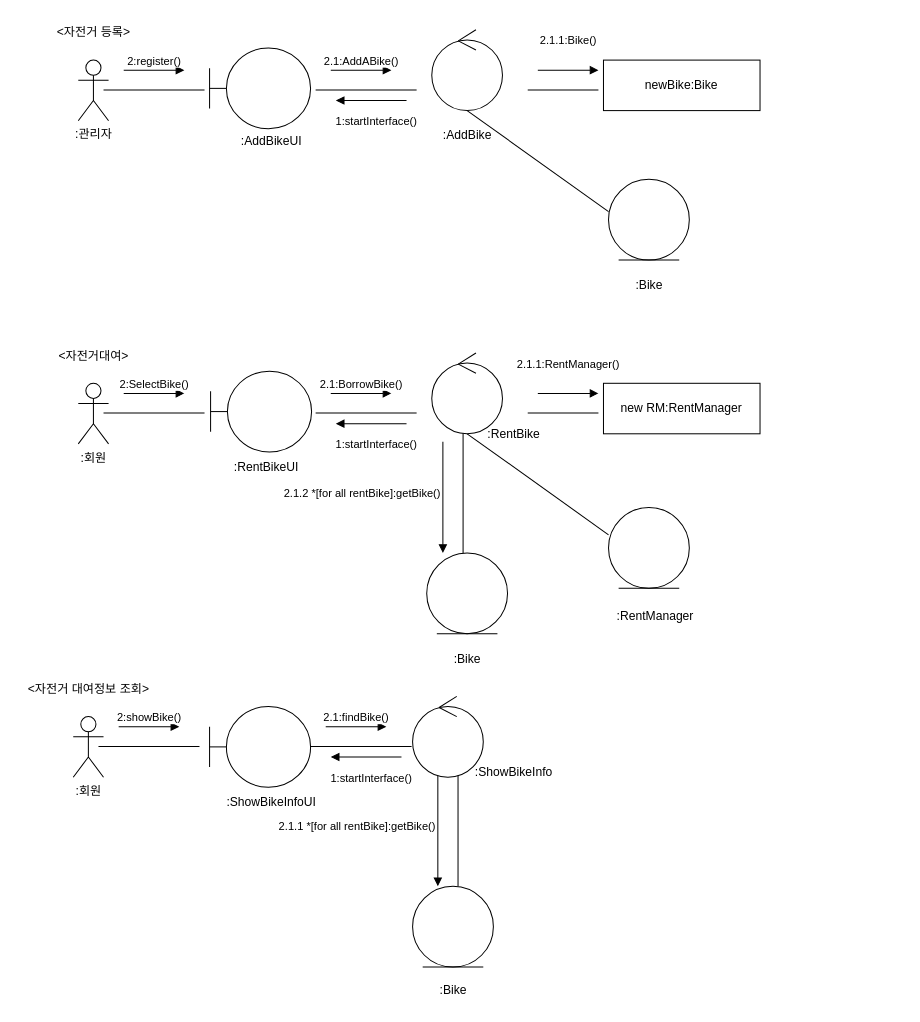
The draw.io diagram page "페이지-2" (2 of 2) of 소공2차과제 커뮤니케이션 다이어그램.drawio.xml in nowOne2/se2ndAssignment, before the edit. Source tidied: cells renumbered, new cells numbered last; positions are measured from the earlier drawing's top-left corner, leaving out a move shared by most shapes. Both pictures are drawn from the tidied source at 101%, with x=0, y=0 at pixel (17, 17).
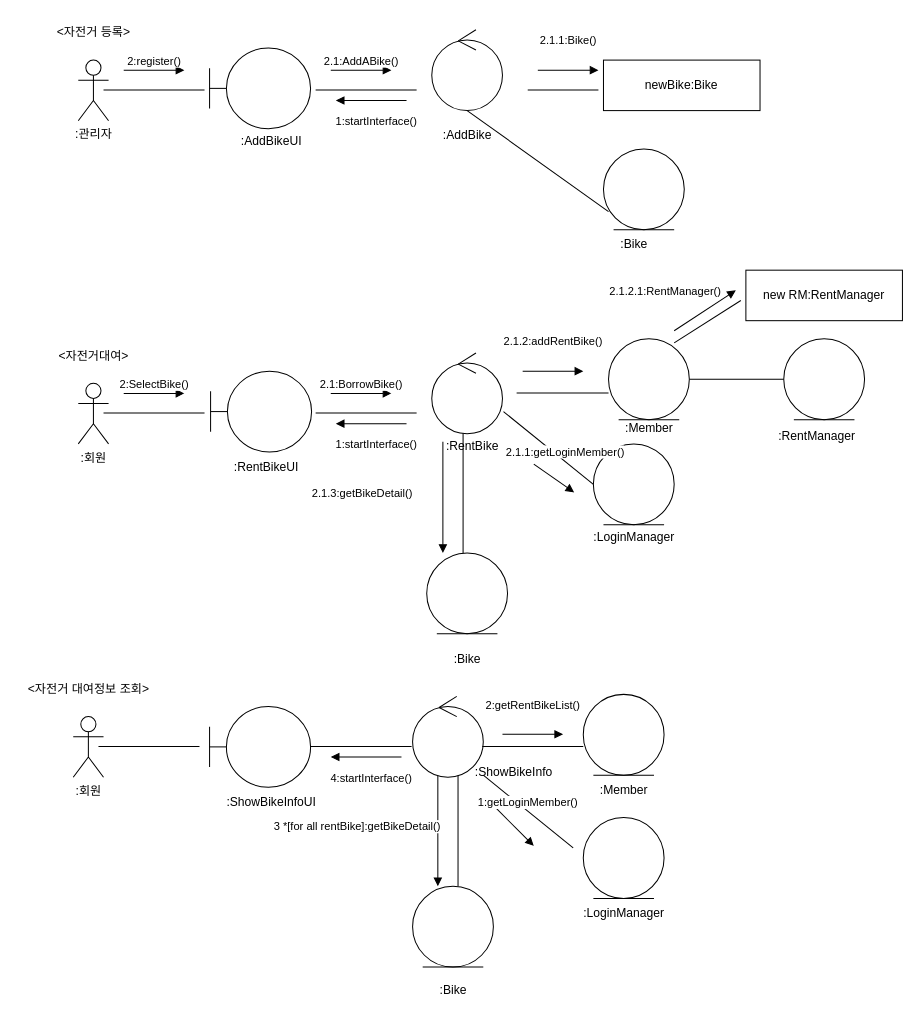
Above is the later version.

Change to the diagram source:
```diff
@@
     <mxCell id="15" value="new RM:RentManager" style="html=1;whiteSpace=wrap;" parent="1" vertex="1">
-      <mxGeometry x="580" y="362" width="155" height="50" as="geometry" />
+      <mxGeometry x="721" y="250" width="155" height="50" as="geometry" />
     </mxCell>
@@
-    <mxCell id="18" style="endArrow=none;html=1;rounded=0;" parent="1" edge="1">
-      <mxGeometry relative="1" as="geometry">
-        <mxPoint x="445" y="412" as="sourcePoint" />
-        <mxPoint x="585" y="512" as="targetPoint" />
-      </mxGeometry>
-    </mxCell>
-    <mxCell id="19" style="endArrow=none;html=1;rounded=0;" parent="1" edge="1">
-      <mxGeometry relative="1" as="geometry">
-        <mxPoint x="505" y="391.5" as="sourcePoint" />
-        <mxPoint x="575" y="391.5" as="targetPoint" />
-        <Array as="points">
-          <mxPoint x="565" y="391.5" />
-          <mxPoint x="575" y="391.5" />
-        </Array>
-      </mxGeometry>
-    </mxCell>
@@
-    <mxCell id="23" value="2.1.1:RentManager()" style="html=1;verticalAlign=bottom;endArrow=block;curved=0;rounded=0;" parent="1" edge="1">
-      <mxGeometry y="20" relative="1" as="geometry">
-        <mxPoint x="515" y="372" as="sourcePoint" />
-        <mxPoint x="575" y="372" as="targetPoint" />
-      </mxGeometry>
-    </mxCell>
@@
-    <mxCell id="25" value="2.1.2 *[for all rentBike]:getBike()" style="html=1;verticalAlign=bottom;endArrow=block;curved=0;rounded=0;" parent="1" edge="1">
+    <mxCell id="25" value="2.1.3:getBikeDetail()" style="html=1;verticalAlign=bottom;endArrow=block;curved=0;rounded=0;" parent="1" edge="1">
       <mxGeometry x="0.09" y="-80" relative="1" as="geometry">
         <mxPoint x="421" y="420" as="sourcePoint" />
         <mxPoint x="421" y="530" as="targetPoint" />
       </mxGeometry>
     </mxCell>
@@
-    <mxCell id="30" value="1:startInterface()" style="html=1;verticalAlign=bottom;endArrow=block;curved=0;rounded=0;" parent="1" edge="1">
+    <mxCell id="30" value="4:startInterface()" style="html=1;verticalAlign=bottom;endArrow=block;curved=0;rounded=0;" parent="1" edge="1">
       <mxGeometry x="-0.14" y="30" relative="1" as="geometry">
         <mxPoint x="380" y="732" as="sourcePoint" />
         <mxPoint x="310" y="732" as="targetPoint" />
         <Array as="points">
           <mxPoint x="340" y="732" />
         </Array>
       </mxGeometry>
     </mxCell>
-    <mxCell id="31" value="2:showBike()" style="html=1;verticalAlign=bottom;endArrow=block;curved=0;rounded=0;" parent="1" edge="1">
-      <mxGeometry relative="1" as="geometry">
-        <mxPoint x="100" y="702" as="sourcePoint" />
-        <mxPoint x="160" y="702" as="targetPoint" />
-      </mxGeometry>
-    </mxCell>
-    <mxCell id="32" value="2.1:findBike()" style="html=1;verticalAlign=bottom;endArrow=block;curved=0;rounded=0;" parent="1" edge="1">
-      <mxGeometry relative="1" as="geometry">
-        <mxPoint x="305" y="702" as="sourcePoint" />
-        <mxPoint x="365" y="702" as="targetPoint" />
-      </mxGeometry>
-    </mxCell>
@@
-    <mxCell id="34" value="2.1.1 *[for all rentBike]:getBike()" style="html=1;verticalAlign=bottom;endArrow=block;curved=0;rounded=0;" parent="1" edge="1">
+    <mxCell id="34" value="3 *[for all rentBike]:getBikeDetail()" style="html=1;verticalAlign=bottom;endArrow=block;curved=0;rounded=0;" parent="1" edge="1">
       <mxGeometry x="0.09" y="-80" relative="1" as="geometry">
         <mxPoint x="416" y="750" as="sourcePoint" />
         <mxPoint x="416" y="860" as="targetPoint" />
       </mxGeometry>
     </mxCell>
@@
     <mxCell id="37" style="ellipse;shape=umlEntity;whiteSpace=wrap;html=1;" parent="1" vertex="1">
-      <mxGeometry x="585" y="160" width="80" height="80" as="geometry" />
+      <mxGeometry x="580" y="130" width="80" height="80" as="geometry" />
     </mxCell>
@@
-    <mxCell id="40" value=":Bike" style="text;html=1;align=center;verticalAlign=middle;strokeColor=none;fillColor=none;" parent="1" vertex="1">
-      <mxGeometry x="600" y="250" width="50" height="30" as="geometry" />
-    </mxCell>
@@
     <mxCell id="44" style="ellipse;shape=umlEntity;whiteSpace=wrap;html=1;" parent="1" vertex="1">
-      <mxGeometry x="585" y="485" width="80" height="80" as="geometry" />
+      <mxGeometry x="758.5" y="318" width="80" height="80" as="geometry" />
     </mxCell>
@@
     <mxCell id="46" value=":RentBike" style="text;html=1;align=center;verticalAlign=middle;strokeColor=none;fillColor=none;" parent="1" vertex="1">
-      <mxGeometry x="451" y="398" width="80" height="30" as="geometry" />
+      <mxGeometry x="410" y="410" width="80" height="30" as="geometry" />
     </mxCell>
@@
     <mxCell id="48" value=":RentManager" style="text;html=1;align=center;verticalAlign=middle;strokeColor=none;fillColor=none;" parent="1" vertex="1">
-      <mxGeometry x="581" y="578" width="100" height="30" as="geometry" />
+      <mxGeometry x="741" y="400" width="100" height="30" as="geometry" />
     </mxCell>
@@
+    <mxCell id="55" style="edgeStyle=orthogonalEdgeStyle;rounded=0;jettySize=auto;html=1;endArrow=none;startFill=0;" parent="1" edge="1" source="56" target="44">
+      <mxGeometry relative="1" as="geometry" />
+    </mxCell>
+    <mxCell id="56" style="ellipse;shape=umlEntity;whiteSpace=wrap;html=1;" parent="1" vertex="1">
+      <mxGeometry x="585" y="318" width="80" height="80" as="geometry" />
+    </mxCell>
+    <mxCell id="57" style="ellipse;shape=umlEntity;whiteSpace=wrap;html=1;" parent="1" vertex="1">
+      <mxGeometry x="570" y="422" width="80" height="80" as="geometry" />
+    </mxCell>
+    <mxCell id="58" value=":Member" style="text;html=1;align=center;verticalAlign=middle;strokeColor=none;fillColor=none;" parent="1" vertex="1">
+      <mxGeometry x="590" y="392" width="70" height="30" as="geometry" />
+    </mxCell>
+    <mxCell id="59" value=":LoginManager" style="text;html=1;align=center;verticalAlign=middle;strokeColor=none;fillColor=none;" parent="1" vertex="1">
+      <mxGeometry x="560" y="500" width="100" height="30" as="geometry" />
+    </mxCell>
+    <mxCell id="60" style="endArrow=none;html=1;rounded=0;entryX=0;entryY=0.5;entryDx=0;entryDy=0;" parent="1" edge="1" target="57">
+      <mxGeometry relative="1" as="geometry">
+        <mxPoint x="481" y="390" as="sourcePoint" />
+      </mxGeometry>
+    </mxCell>
+    <mxCell id="61" value="2.1.1:getLoginMember()" style="html=1;verticalAlign=bottom;endArrow=block;curved=0;rounded=0;" parent="1" edge="1">
+      <mxGeometry y="20" relative="1" as="geometry">
+        <mxPoint x="511" y="442" as="sourcePoint" />
+        <mxPoint x="551" y="470" as="targetPoint" />
+      </mxGeometry>
+    </mxCell>
+    <mxCell id="62" style="endArrow=none;html=1;rounded=0;" parent="1" edge="1">
+      <mxGeometry relative="1" as="geometry">
+        <mxPoint x="494" y="371.5" as="sourcePoint" />
+        <mxPoint x="585" y="371.5" as="targetPoint" />
+      </mxGeometry>
+    </mxCell>
+    <mxCell id="63" value="2.1.2:addRentBike()" style="html=1;verticalAlign=bottom;endArrow=block;curved=0;rounded=0;" parent="1" edge="1">
+      <mxGeometry y="20" relative="1" as="geometry">
+        <mxPoint x="500" y="350" as="sourcePoint" />
+        <mxPoint x="560" y="350" as="targetPoint" />
+      </mxGeometry>
+    </mxCell>
+    <mxCell id="64" style="endArrow=none;html=1;rounded=0;" parent="1" edge="1">
+      <mxGeometry relative="1" as="geometry">
+        <mxPoint x="650" y="322" as="sourcePoint" />
+        <mxPoint x="716" y="280" as="targetPoint" />
+      </mxGeometry>
+    </mxCell>
+    <mxCell id="65" value="2.1.2.1:RentManager()" style="html=1;verticalAlign=bottom;endArrow=block;curved=0;rounded=0;" parent="1" edge="1">
+      <mxGeometry x="-0.76" y="30" relative="1" as="geometry">
+        <mxPoint x="650" y="310" as="sourcePoint" />
+        <mxPoint x="711" y="270" as="targetPoint" />
+      </mxGeometry>
+    </mxCell>
+    <mxCell id="66" style="ellipse;shape=umlEntity;whiteSpace=wrap;html=1;" parent="1" vertex="1">
+      <mxGeometry x="560" y="792" width="80" height="80" as="geometry" />
+    </mxCell>
+    <mxCell id="67" style="ellipse;shape=umlEntity;whiteSpace=wrap;html=1;" parent="1" vertex="1">
+      <mxGeometry x="560" y="670" width="80" height="80" as="geometry" />
+    </mxCell>
+    <mxCell id="68" value=":Member" style="text;html=1;align=center;verticalAlign=middle;strokeColor=none;fillColor=none;" parent="1" vertex="1">
+      <mxGeometry x="565" y="750" width="70" height="30" as="geometry" />
+    </mxCell>
+    <mxCell id="69" value=":LoginManager" style="text;html=1;align=center;verticalAlign=middle;strokeColor=none;fillColor=none;" parent="1" vertex="1">
+      <mxGeometry x="550" y="872" width="100" height="30" as="geometry" />
+    </mxCell>
+    <mxCell id="70" style="endArrow=none;html=1;rounded=0;entryX=0;entryY=0.5;entryDx=0;entryDy=0;" parent="1" edge="1">
+      <mxGeometry relative="1" as="geometry">
+        <mxPoint x="461" y="750" as="sourcePoint" />
+        <mxPoint x="550" y="822" as="targetPoint" />
+      </mxGeometry>
+    </mxCell>
+    <mxCell id="71" style="endArrow=none;html=1;rounded=0;" parent="1" edge="1">
+      <mxGeometry relative="1" as="geometry">
+        <mxPoint x="460" y="721.5" as="sourcePoint" />
+        <mxPoint x="560" y="721.5" as="targetPoint" />
+      </mxGeometry>
+    </mxCell>
+    <mxCell id="72" value="1:getLoginMember()" style="html=1;verticalAlign=bottom;endArrow=block;curved=0;rounded=0;" parent="1" edge="1">
+      <mxGeometry y="20" relative="1" as="geometry">
+        <mxPoint x="471" y="780" as="sourcePoint" />
+        <mxPoint x="511" y="820" as="targetPoint" />
+      </mxGeometry>
+    </mxCell>
+    <mxCell id="73" value="2:getRentBikeList()" style="html=1;verticalAlign=bottom;endArrow=block;curved=0;rounded=0;" parent="1" edge="1">
+      <mxGeometry y="20" relative="1" as="geometry">
+        <mxPoint x="480" y="709.5" as="sourcePoint" />
+        <mxPoint x="540" y="709.5" as="targetPoint" />
+      </mxGeometry>
+    </mxCell>
+    <mxCell id="40" value=":Bike" style="text;html=1;align=center;verticalAlign=middle;strokeColor=none;fillColor=none;" parent="1" vertex="1">
+      <mxGeometry x="585" y="210" width="50" height="30" as="geometry" />
+    </mxCell>
```
